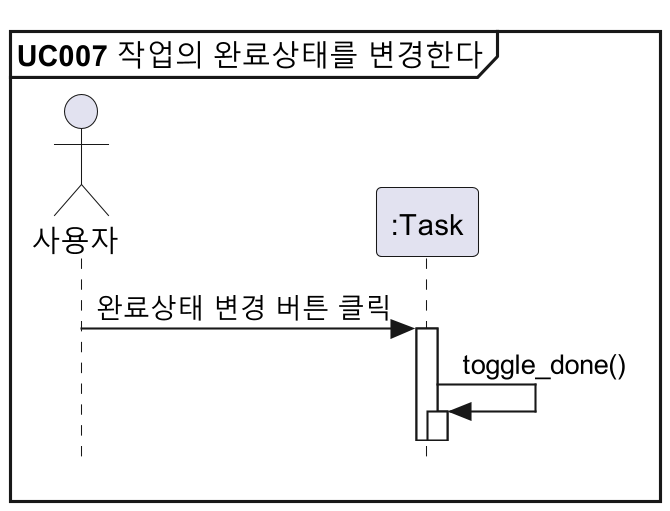
The PlantUML diagram docs/설계명세서/images/seq_diag/uc007.png in parkchamchi/SoftwareEngineering2023, before a commit.
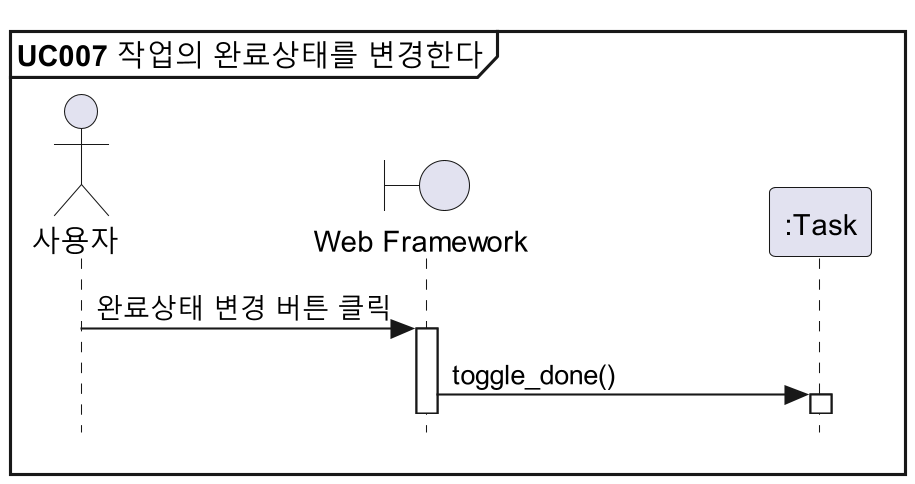
After the commit.

The edit, as a diff of the source:
```diff
@@ -3,10 +3,10 @@
 
 mainframe **UC007** 작업의 완료상태를 변경한다
 
-actor 사용자
+!includesub style.puml!PARTICIPANTS
 participant ":Task" as Task
 
-사용자 -> Task : 완료상태 변경 버튼 클릭
-Task -> Task : toggle_done()
+사용자 -> view : 완료상태 변경 버튼 클릭
+view -> Task : toggle_done()
 
 @enduml
```
